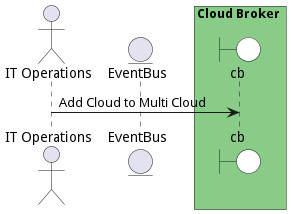
madajaju/edgemere keeps this PlantUML diagram as docs/edgemere/sml/cb/usecases/managemulticloud/AddCloudtoMultiCloud.png. Above is the earlier version. The source it was exported from:
```plantuml
@startuml

actor "IT Operations"


entity EventBus

box Cloud Broker #88cc88
    boundary cb #white
end box



"IT Operations" -> cb: Add Cloud to Multi Cloud



@enduml
```
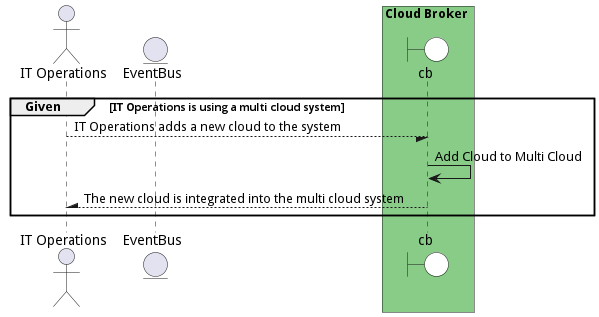
Above is the later version.

Change to the diagram source:
```diff
@@ -1,4 +1,5 @@
 @startuml
+
 
 actor "IT Operations"
 
@@ -10,9 +11,16 @@
 end box
 
 
+group Given [IT Operations is using a multi cloud system]
 
-"IT Operations" -> cb: Add Cloud to Multi Cloud
+"IT Operations" --/ cb: IT Operations adds a new cloud to the system
+"cb" -> cb: Add Cloud to Multi Cloud
 
 
 
+"IT Operations" /-- cb: The new cloud is integrated into the multi cloud system
+
+
+end
+
 @enduml
```
